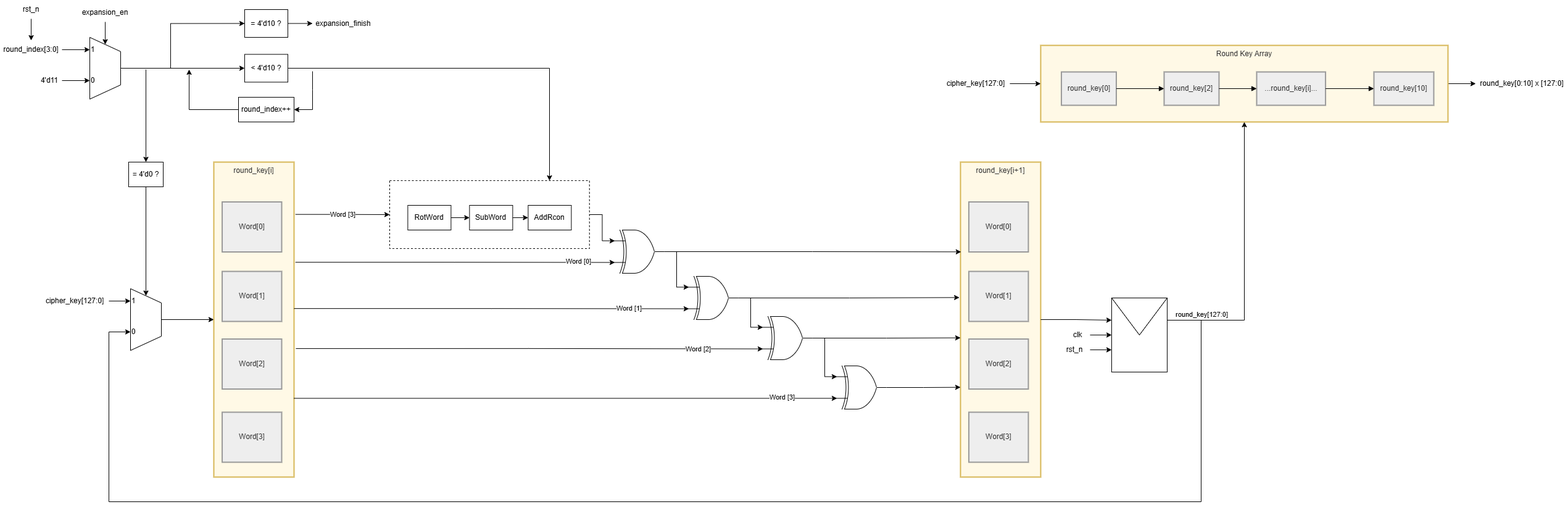
Earlier version of the draw.io export KeyExpansion/media/AESKeyExpansionLowDes.png (LQLManZz/AES128-Verilog). Source tidied: cells renumbered, new cells last; positions are measured from the earlier drawing's top-left corner, leaving out a move shared by most shapes.
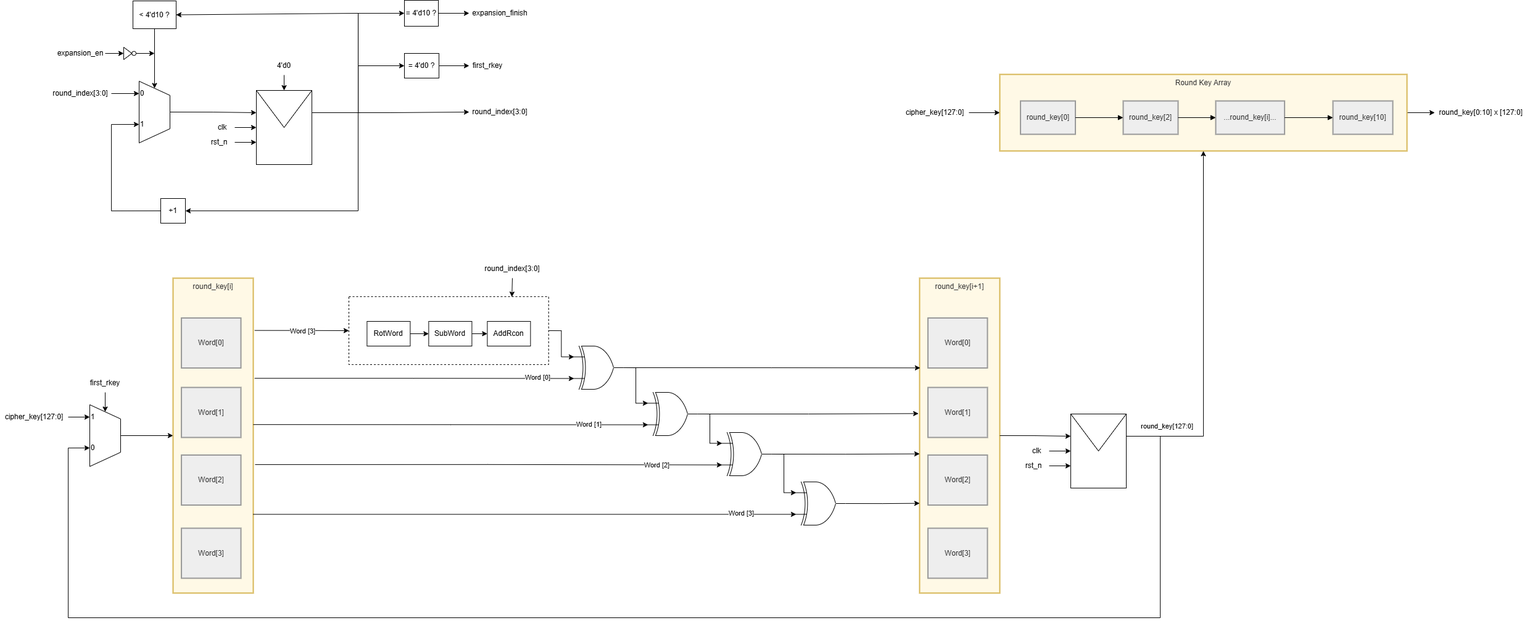
The same file after the commit.

What changed in the source:
```diff
@@ -6,7 +6,7 @@
       <mxGeometry relative="1" as="geometry" />
     </mxCell>
     <mxCell id="3" value="Round Key Array" style="whiteSpace=wrap;strokeWidth=2;verticalAlign=top;fillColor=#fff9e6;strokeColor=#d6b656;fontColor=light-dark(#333333,#cccccc);" parent="1" vertex="1">
-      <mxGeometry x="1686" y="73" width="660" height="124" as="geometry" />
+      <mxGeometry x="1686" y="-68" width="660" height="124" as="geometry" />
     </mxCell>
     <mxCell id="4" value="round_key[0]" style="whiteSpace=wrap;strokeWidth=2;fillColor=light-dark(#eeeeee,#1f2020);strokeColor=light-dark(#999999,#cccccc);fontColor=light-dark(#333333,#cccccc);" parent="3" vertex="1">
       <mxGeometry x="33.5" y="43" width="89" height="54" as="geometry" />
@@ -33,7 +33,7 @@
       <mxGeometry x="1116" y="447" width="80" height="70" as="geometry" />
     </mxCell>
     <mxCell id="12" value="round_key[0:10] x [127:0]" style="text;html=1;whiteSpace=wrap;strokeColor=none;fillColor=none;align=center;verticalAlign=middle;rounded=0;" parent="1" vertex="1">
-      <mxGeometry x="2391" y="120" width="150" height="30" as="geometry" />
+      <mxGeometry x="2391" y="-21" width="150" height="30" as="geometry" />
     </mxCell>
     <mxCell id="13" style="verticalLabelPosition=bottom;shadow=0;dashed=0;align=center;html=1;verticalAlign=top;shape=mxgraph.electrical.logic_gates.logic_gate;operation=xor;" parent="1" vertex="1">
       <mxGeometry x="996" y="372" width="80" height="70" as="geometry" />
@@ -124,7 +124,7 @@
     </mxCell>
     <mxCell id="42" value="round_key[127:0]" style="edgeLabel;html=1;align=center;verticalAlign=middle;" parent="41" vertex="1">
       <mxGeometry x="0.35" y="-1" relative="1" as="geometry">
-        <mxPoint x="-71" y="165" as="offset" />
+        <mxPoint x="-61" y="254" as="offset" />
       </mxGeometry>
     </mxCell>
     <mxCell id="43" style="group;" parent="1" vertex="1">
@@ -210,13 +210,13 @@
       <mxGeometry relative="1" as="geometry" />
     </mxCell>
     <mxCell id="66" value="cipher_key[127:0]" style="text;html=1;whiteSpace=wrap;strokeColor=none;fillColor=none;align=center;verticalAlign=middle;rounded=0;" parent="1" vertex="1">
-      <mxGeometry x="1526" y="120" width="110" height="30" as="geometry" />
+      <mxGeometry x="1526" y="-21" width="110" height="30" as="geometry" />
     </mxCell>
     <mxCell id="67" style="edgeStyle=orthogonalEdgeStyle;rounded=0;jettySize=auto;html=1;exitX=1;exitY=0.5;exitDx=0;exitDy=0;entryX=0;entryY=0.5;entryDx=0;entryDy=0;" parent="1" edge="1" source="68" target="91">
       <mxGeometry relative="1" as="geometry" />
     </mxCell>
     <mxCell id="68" value="round_index[3:0]" style="text;html=1;whiteSpace=wrap;strokeColor=none;fillColor=none;align=center;verticalAlign=middle;rounded=0;" parent="1" vertex="1">
-      <mxGeometry y="65" width="100" height="30" as="geometry" />
+      <mxGeometry x="146" y="-52" width="100" height="30" as="geometry" />
     </mxCell>
     <mxCell id="69" style="verticalLabelPosition=middle;verticalAlign=middle;html=1;shape=trapezoid;perimeter=trapezoidPerimeter;whiteSpace=wrap;size=0.23;arcSize=10;flipV=1;labelPosition=center;align=center;legacyAnchorPoints=0;rotation=-90;" parent="1" vertex="1">
       <mxGeometry x="186" y="492" width="100" height="50" as="geometry" />
@@ -224,104 +224,148 @@
     <mxCell id="70" value="1" style="text;html=1;whiteSpace=wrap;strokeColor=none;fillColor=none;align=center;verticalAlign=middle;rounded=0;" parent="1" vertex="1">
       <mxGeometry x="211" y="477" width="10" height="20" as="geometry" />
     </mxCell>
-    <mxCell id="71" style="edgeStyle=orthogonalEdgeStyle;rounded=0;jettySize=auto;html=1;exitX=1;exitY=0.5;exitDx=0;exitDy=0;" parent="1" edge="1" source="73">
-      <mxGeometry relative="1" as="geometry">
-        <mxPoint x="890" y="292" as="targetPoint" />
-      </mxGeometry>
-    </mxCell>
     <mxCell id="72" value="0" style="text;html=1;whiteSpace=wrap;strokeColor=none;fillColor=none;align=center;verticalAlign=middle;rounded=0;" parent="1" vertex="1">
       <mxGeometry x="211" y="527" width="10" height="20" as="geometry" />
     </mxCell>
+    <mxCell id="97" style="edgeStyle=orthogonalEdgeStyle;rounded=0;jettySize=auto;html=1;exitX=0.5;exitY=1;exitDx=0;exitDy=0;entryX=1;entryY=0.5;entryDx=0;entryDy=0;" parent="1" edge="1" source="73" target="90">
+      <mxGeometry relative="1" as="geometry" />
+    </mxCell>
     <mxCell id="73" value="&amp;lt; 4'd10 ?" style="whiteSpace=wrap;html=1;" parent="1" vertex="1">
-      <mxGeometry x="396" y="87.5" width="70" height="45" as="geometry" />
+      <mxGeometry x="281" y="-187" width="70" height="45" as="geometry" />
     </mxCell>
-    <mxCell id="74" style="edgeStyle=orthogonalEdgeStyle;rounded=0;jettySize=auto;html=1;exitX=0;exitY=0.5;exitDx=0;exitDy=0;" parent="1" edge="1" source="75">
-      <mxGeometry relative="1" as="geometry">
-        <mxPoint x="306" y="112" as="targetPoint" />
-        <Array as="points">
-          <mxPoint x="306" y="177" />
-          <mxPoint x="306" y="115" />
-        </Array>
-      </mxGeometry>
-    </mxCell>
-    <mxCell id="75" value="round_index++" style="whiteSpace=wrap;html=1;" parent="1" vertex="1">
-      <mxGeometry x="386" y="157" width="90" height="40" as="geometry" />
-    </mxCell>
-    <mxCell id="76" style="endArrow=classic;html=1;rounded=0;entryX=1;entryY=0.5;entryDx=0;entryDy=0;" parent="1" edge="1" target="75">
-      <mxGeometry relative="1" as="geometry">
-        <mxPoint x="506" y="115" as="sourcePoint" />
-        <Array as="points">
-          <mxPoint x="506" y="145" />
-          <mxPoint x="506" y="177" />
-        </Array>
-      </mxGeometry>
-    </mxCell>
     <mxCell id="77" style="edgeStyle=orthogonalEdgeStyle;rounded=0;jettySize=auto;html=1;" parent="1" edge="1" source="78" target="79">
       <mxGeometry relative="1" as="geometry" />
     </mxCell>
     <mxCell id="78" value="= 4'd10 ?" style="whiteSpace=wrap;html=1;" parent="1" vertex="1">
-      <mxGeometry x="396" y="15" width="70" height="45" as="geometry" />
+      <mxGeometry x="721" y="-188" width="55" height="42" as="geometry" />
     </mxCell>
     <mxCell id="79" value="expansion_finish" style="text;html=1;whiteSpace=wrap;strokeColor=none;fillColor=none;align=center;verticalAlign=middle;rounded=0;" parent="1" vertex="1">
-      <mxGeometry x="506" y="22.5" width="100" height="30" as="geometry" />
+      <mxGeometry x="826" y="-182" width="100" height="30" as="geometry" />
     </mxCell>
-    <mxCell id="80" style="edgeStyle=orthogonalEdgeStyle;rounded=0;jettySize=auto;html=1;exitX=0.5;exitY=1;exitDx=0;exitDy=0;entryX=1;entryY=0.5;entryDx=0;entryDy=0;" parent="1" edge="1" source="81" target="90">
-      <mxGeometry relative="1" as="geometry" />
-    </mxCell>
-    <mxCell id="81" value="expansion_en" style="text;html=1;whiteSpace=wrap;strokeColor=none;fillColor=none;align=center;verticalAlign=middle;rounded=0;" parent="1" vertex="1">
-      <mxGeometry x="130" y="5" width="80" height="30" as="geometry" />
-    </mxCell>
     <mxCell id="82" style="edgeStyle=orthogonalEdgeStyle;rounded=0;jettySize=auto;html=1;exitX=1;exitY=0.5;exitDx=0;exitDy=0;entryX=0;entryY=0.5;entryDx=0;entryDy=0;" parent="1" edge="1" source="83" target="70">
       <mxGeometry relative="1" as="geometry" />
     </mxCell>
     <mxCell id="83" value="cipher_key[127:0]" style="text;html=1;whiteSpace=wrap;strokeColor=none;fillColor=none;align=center;verticalAlign=middle;rounded=0;" parent="1" vertex="1">
       <mxGeometry x="66" y="472" width="110" height="30" as="geometry" />
     </mxCell>
-    <mxCell id="84" style="edgeStyle=orthogonalEdgeStyle;rounded=0;jettySize=auto;html=1;exitX=0.5;exitY=1;exitDx=0;exitDy=0;entryX=1;entryY=0.5;entryDx=0;entryDy=0;" parent="1" edge="1" source="86" target="69">
-      <mxGeometry relative="1" as="geometry" />
-    </mxCell>
-    <mxCell id="85" style="edgeStyle=orthogonalEdgeStyle;rounded=0;jettySize=auto;html=1;exitX=0.5;exitY=0;exitDx=0;exitDy=0;entryX=0.5;entryY=0;entryDx=0;entryDy=0;" parent="1" edge="1" target="86">
-      <mxGeometry relative="1" as="geometry">
-        <mxPoint x="236" y="112" as="sourcePoint" />
-      </mxGeometry>
-    </mxCell>
+    <mxCell id="98" style="edgeStyle=orthogonalEdgeStyle;rounded=0;jettySize=auto;html=1;exitX=1;exitY=0.5;exitDx=0;exitDy=0;entryX=0;entryY=0.5;entryDx=0;entryDy=0;" parent="1" edge="1" source="86" target="119">
+      <mxGeometry relative="1" as="geometry" />
+    </mxCell>
     <mxCell id="86" value="= 4'd0 ?" style="whiteSpace=wrap;html=1;" parent="1" vertex="1">
-      <mxGeometry x="208" y="262" width="56" height="40" as="geometry" />
+      <mxGeometry x="721" y="-102" width="56" height="40" as="geometry" />
     </mxCell>
-    <mxCell id="87" style="edgeStyle=orthogonalEdgeStyle;rounded=0;jettySize=auto;html=1;exitX=0.5;exitY=1;exitDx=0;exitDy=0;entryX=0.5;entryY=0;entryDx=0;entryDy=0;" parent="1" edge="1" source="88" target="68">
-      <mxGeometry relative="1" as="geometry" />
-    </mxCell>
-    <mxCell id="88" value="rst_n" style="text;html=1;whiteSpace=wrap;strokeColor=none;fillColor=none;align=center;verticalAlign=middle;rounded=0;" parent="1" vertex="1">
-      <mxGeometry x="20" width="60" height="30" as="geometry" />
-    </mxCell>
     <mxCell id="89" style="group;flipH=0;legacyAnchorPoints=0;flipV=0;direction=west;" parent="1" vertex="1">
-      <mxGeometry x="120" y="70" width="100" height="70" as="geometry" />
+      <mxGeometry x="266" y="-47" width="100" height="70" as="geometry" />
     </mxCell>
     <mxCell id="90" style="verticalLabelPosition=middle;verticalAlign=middle;html=1;shape=trapezoid;perimeter=trapezoidPerimeter;whiteSpace=wrap;size=0.23;arcSize=10;flipV=1;labelPosition=center;align=center;legacyAnchorPoints=0;rotation=-90;" parent="89" vertex="1">
       <mxGeometry y="15" width="100" height="50" as="geometry" />
     </mxCell>
-    <mxCell id="91" value="1" style="text;html=1;whiteSpace=wrap;strokeColor=none;fillColor=none;align=center;verticalAlign=middle;rounded=0;" parent="89" vertex="1">
+    <mxCell id="91" value="0" style="text;html=1;whiteSpace=wrap;strokeColor=none;fillColor=none;align=center;verticalAlign=middle;rounded=0;" parent="89" vertex="1">
       <mxGeometry x="25" width="10" height="20" as="geometry" />
     </mxCell>
-    <mxCell id="92" value="0" style="text;html=1;whiteSpace=wrap;strokeColor=none;fillColor=none;align=center;verticalAlign=middle;rounded=0;" parent="89" vertex="1">
+    <mxCell id="92" value="1" style="text;html=1;whiteSpace=wrap;strokeColor=none;fillColor=none;align=center;verticalAlign=middle;rounded=0;" parent="89" vertex="1">
       <mxGeometry x="25" y="50" width="10" height="20" as="geometry" />
     </mxCell>
-    <mxCell id="93" style="edgeStyle=orthogonalEdgeStyle;rounded=0;jettySize=auto;html=1;exitX=0.5;exitY=0;exitDx=0;exitDy=0;entryX=0;entryY=0.5;entryDx=0;entryDy=0;" parent="1" edge="1" source="90" target="73">
-      <mxGeometry relative="1" as="geometry" />
-    </mxCell>
-    <mxCell id="94" style="edgeStyle=orthogonalEdgeStyle;rounded=0;jettySize=auto;html=1;exitX=0.5;exitY=0;exitDx=0;exitDy=0;entryX=0;entryY=0.5;entryDx=0;entryDy=0;" parent="1" edge="1" source="90" target="78">
-      <mxGeometry relative="1" as="geometry">
-        <Array as="points">
-          <mxPoint x="276" y="110" />
-          <mxPoint x="276" y="38" />
-        </Array>
-      </mxGeometry>
-    </mxCell>
-    <mxCell id="95" style="edgeStyle=orthogonalEdgeStyle;rounded=0;jettySize=auto;html=1;exitX=1;exitY=0.5;exitDx=0;exitDy=0;entryX=0;entryY=0.5;entryDx=0;entryDy=0;" parent="1" edge="1" source="96" target="92">
-      <mxGeometry relative="1" as="geometry" />
-    </mxCell>
-    <mxCell id="96" value="4'd11" style="text;html=1;whiteSpace=wrap;strokeColor=none;fillColor=none;align=center;verticalAlign=middle;rounded=0;" parent="1" vertex="1">
-      <mxGeometry x="60" y="115" width="40" height="30" as="geometry" />
-    </mxCell>
+    <mxCell id="99" style="edgeStyle=orthogonalEdgeStyle;rounded=0;jettySize=auto;html=1;exitX=0.5;exitY=1;exitDx=0;exitDy=0;entryX=1;entryY=0.5;entryDx=0;entryDy=0;" parent="1" edge="1" source="100" target="69">
+      <mxGeometry relative="1" as="geometry" />
+    </mxCell>
+    <mxCell id="100" value="first_rkey" style="text;html=1;whiteSpace=wrap;strokeColor=none;fillColor=none;align=center;verticalAlign=middle;rounded=0;" parent="1" vertex="1">
+      <mxGeometry x="206" y="417" width="60" height="30" as="geometry" />
+    </mxCell>
+    <mxCell id="101" value="round_index[3:0]" style="text;html=1;whiteSpace=wrap;strokeColor=none;fillColor=none;align=center;verticalAlign=middle;rounded=0;" parent="1" vertex="1">
+      <mxGeometry x="846" y="232" width="100" height="30" as="geometry" />
+    </mxCell>
+    <mxCell id="102" style="edgeStyle=orthogonalEdgeStyle;rounded=0;jettySize=auto;html=1;exitX=0.5;exitY=1;exitDx=0;exitDy=0;entryX=0.816;entryY=0.003;entryDx=0;entryDy=0;entryPerimeter=0;" parent="1" edge="1" source="101" target="16">
+      <mxGeometry relative="1" as="geometry" />
+    </mxCell>
+    <mxCell id="103" style="group;" parent="1" vertex="1">
+      <mxGeometry x="396" y="-42" width="175" height="120" as="geometry" />
+    </mxCell>
+    <mxCell id="104" style="shape=message;html=1;html=1;outlineConnect=0;labelPosition=center;verticalLabelPosition=bottom;align=center;verticalAlign=top;" parent="103" vertex="1">
+      <mxGeometry x="85" width="90" height="120" as="geometry" />
+    </mxCell>
+    <mxCell id="105" style="edgeStyle=orthogonalEdgeStyle;rounded=0;jettySize=auto;html=1;exitX=1;exitY=0.5;exitDx=0;exitDy=0;entryX=0;entryY=0.5;entryDx=0;entryDy=0;" parent="103" edge="1" source="106" target="104">
+      <mxGeometry relative="1" as="geometry" />
+    </mxCell>
+    <mxCell id="106" value="clk" style="text;html=1;whiteSpace=wrap;strokeColor=none;fillColor=none;align=center;verticalAlign=middle;rounded=0;" parent="103" vertex="1">
+      <mxGeometry x="10" y="42" width="40" height="36" as="geometry" />
+    </mxCell>
+    <mxCell id="107" style="edgeStyle=orthogonalEdgeStyle;rounded=0;jettySize=auto;html=1;exitX=1;exitY=0.5;exitDx=0;exitDy=0;entryX=0;entryY=0.7;entryDx=0;entryDy=0;" parent="103" edge="1" source="88" target="104">
+      <mxGeometry relative="1" as="geometry" />
+    </mxCell>
+    <mxCell id="88" value="rst_n" style="text;html=1;whiteSpace=wrap;strokeColor=none;fillColor=none;align=center;verticalAlign=middle;rounded=0;" parent="103" vertex="1">
+      <mxGeometry y="66" width="50" height="36" as="geometry" />
+    </mxCell>
+    <mxCell id="108" style="edgeStyle=orthogonalEdgeStyle;rounded=0;jettySize=auto;html=1;exitX=0.5;exitY=0;exitDx=0;exitDy=0;entryX=0;entryY=0.3;entryDx=0;entryDy=0;" parent="1" edge="1" source="90" target="104">
+      <mxGeometry relative="1" as="geometry" />
+    </mxCell>
+    <mxCell id="109" style="edgeStyle=orthogonalEdgeStyle;rounded=0;jettySize=auto;html=1;exitX=0.5;exitY=1;exitDx=0;exitDy=0;entryX=0.5;entryY=0;entryDx=0;entryDy=0;" parent="1" edge="1" source="110" target="104">
+      <mxGeometry relative="1" as="geometry" />
+    </mxCell>
+    <mxCell id="110" value="4'd0" style="text;html=1;whiteSpace=wrap;strokeColor=none;fillColor=none;align=center;verticalAlign=middle;rounded=0;" parent="1" vertex="1">
+      <mxGeometry x="506" y="-97" width="40" height="30" as="geometry" />
+    </mxCell>
+    <mxCell id="111" value="round_index[3:0]" style="text;html=1;whiteSpace=wrap;strokeColor=none;fillColor=none;align=center;verticalAlign=middle;rounded=0;" parent="1" vertex="1">
+      <mxGeometry x="826" y="-22" width="100" height="30" as="geometry" />
+    </mxCell>
+    <mxCell id="112" style="edgeStyle=orthogonalEdgeStyle;rounded=0;jettySize=auto;html=1;exitX=1;exitY=0.3;exitDx=0;exitDy=0;entryX=0;entryY=0.5;entryDx=0;entryDy=0;" parent="1" edge="1" source="104" target="111">
+      <mxGeometry relative="1" as="geometry" />
+    </mxCell>
+    <mxCell id="113" style="edgeStyle=orthogonalEdgeStyle;rounded=0;jettySize=auto;html=1;exitX=0;exitY=0.5;exitDx=0;exitDy=0;entryX=0;entryY=0.5;entryDx=0;entryDy=0;" parent="1" edge="1" source="114" target="92">
+      <mxGeometry relative="1" as="geometry">
+        <Array as="points">
+          <mxPoint x="246" y="153" />
+          <mxPoint x="246" y="13" />
+        </Array>
+      </mxGeometry>
+    </mxCell>
+    <mxCell id="114" value="+1" style="whiteSpace=wrap;html=1;" parent="1" vertex="1">
+      <mxGeometry x="326" y="133" width="40" height="40" as="geometry" />
+    </mxCell>
+    <mxCell id="115" style="endArrow=classic;html=1;rounded=0;entryX=1;entryY=0.5;entryDx=0;entryDy=0;" parent="1" edge="1" target="114">
+      <mxGeometry relative="1" as="geometry">
+        <mxPoint x="646" y="-7" as="sourcePoint" />
+        <Array as="points">
+          <mxPoint x="646" y="153" />
+        </Array>
+      </mxGeometry>
+    </mxCell>
+    <mxCell id="116" style="endArrow=classic;html=1;rounded=0;entryX=1;entryY=0.5;entryDx=0;entryDy=0;" parent="1" edge="1" target="73">
+      <mxGeometry relative="1" as="geometry">
+        <mxPoint x="646" y="-7" as="sourcePoint" />
+        <Array as="points">
+          <mxPoint x="646" y="-167" />
+        </Array>
+      </mxGeometry>
+    </mxCell>
+    <mxCell id="117" style="edgeStyle=orthogonalEdgeStyle;rounded=0;jettySize=auto;html=1;exitX=1;exitY=0.3;exitDx=0;exitDy=0;entryX=0;entryY=0.5;entryDx=0;entryDy=0;" parent="1" edge="1" source="104" target="86">
+      <mxGeometry relative="1" as="geometry" />
+    </mxCell>
+    <mxCell id="118" style="edgeStyle=orthogonalEdgeStyle;rounded=0;jettySize=auto;html=1;exitX=1;exitY=0.3;exitDx=0;exitDy=0;entryX=0;entryY=0.5;entryDx=0;entryDy=0;" parent="1" edge="1" source="104" target="78">
+      <mxGeometry relative="1" as="geometry" />
+    </mxCell>
+    <mxCell id="119" value="first_rkey" style="text;html=1;whiteSpace=wrap;strokeColor=none;fillColor=none;align=center;verticalAlign=middle;rounded=0;" parent="1" vertex="1">
+      <mxGeometry x="826" y="-97" width="60" height="30" as="geometry" />
+    </mxCell>
+    <mxCell id="120" style="edgeStyle=orthogonalEdgeStyle;rounded=0;jettySize=auto;html=1;exitX=1;exitY=0.5;exitDx=0;exitDy=0;entryX=0;entryY=0.5;entryDx=0;entryDy=0;fontFamily=Helvetica;fontSize=12;fontColor=default;" parent="1" edge="1" source="81" target="122">
+      <mxGeometry relative="1" as="geometry" />
+    </mxCell>
+    <mxCell id="81" value="expansion_en" style="text;html=1;whiteSpace=wrap;strokeColor=none;fillColor=none;align=center;verticalAlign=middle;rounded=0;" parent="1" vertex="1">
+      <mxGeometry x="156" y="-117" width="80" height="30" as="geometry" />
+    </mxCell>
+    <mxCell id="121" style="group;" parent="1" vertex="1">
+      <mxGeometry x="266" y="-112" width="20" height="20" as="geometry" />
+    </mxCell>
+    <mxCell id="122" style="triangle;whiteSpace=wrap;html=1;" parent="121" vertex="1">
+      <mxGeometry width="13.3" height="20" as="geometry" />
+    </mxCell>
+    <mxCell id="123" style="edgeStyle=orthogonalEdgeStyle;rounded=0;jettySize=auto;html=1;exitX=1;exitY=0.5;exitDx=0;exitDy=0;fontFamily=Helvetica;fontSize=12;fontColor=default;" parent="121" edge="1" source="124">
+      <mxGeometry relative="1" as="geometry">
+        <mxPoint x="50" y="10" as="targetPoint" />
+      </mxGeometry>
+    </mxCell>
+    <mxCell id="124" style="ellipse;whiteSpace=wrap;html=1;" parent="121" vertex="1">
+      <mxGeometry x="13.3" y="6.7" width="6.7" height="6.7" as="geometry" />
+    </mxCell>
   </root>
 </mxGraphModel>
```
